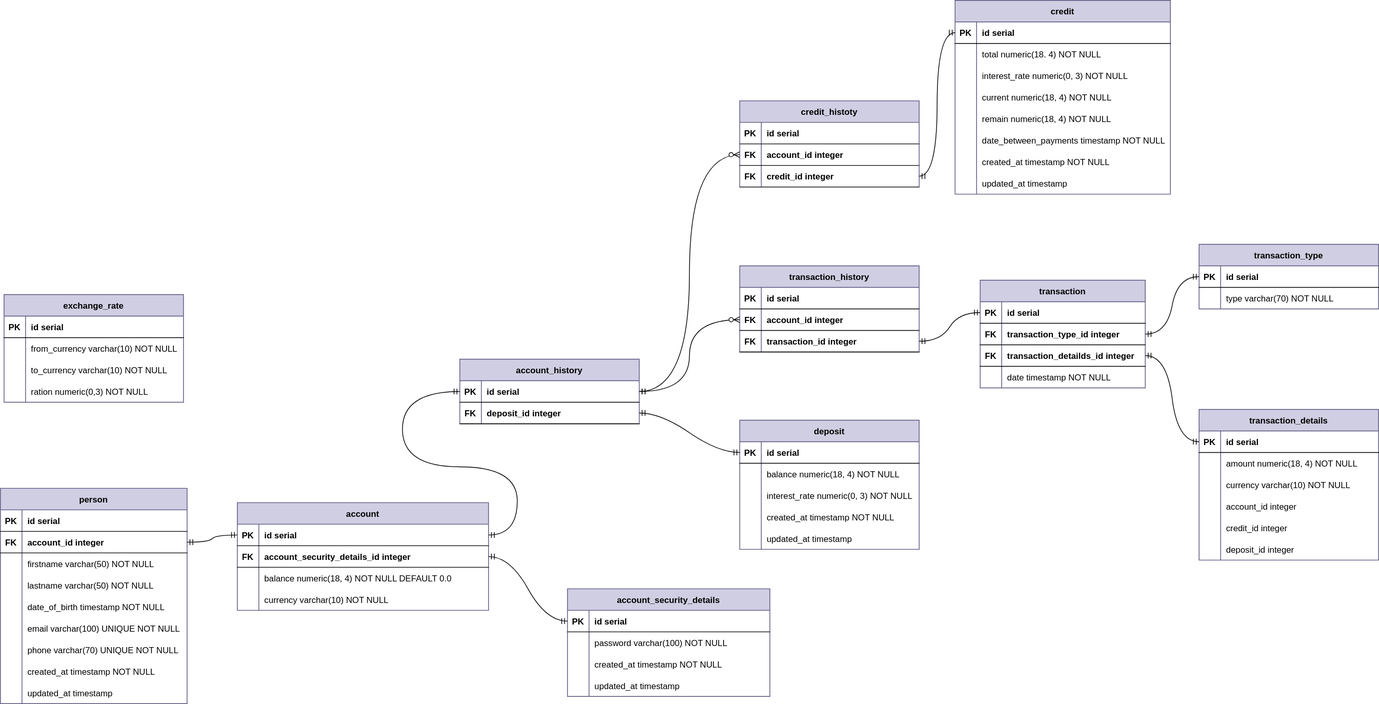
unvise/egarcourse-homework keeps this draw.io diagram as egarcourse-homework-week-08/src/main/resources/backend-egarcourse-graduate-database-design.drawio.svg. Above is the earlier version. Source tidied: cells renumbered, new cells last; positions are measured from the earlier drawing's top-left corner, leaving out a move shared by most shapes.
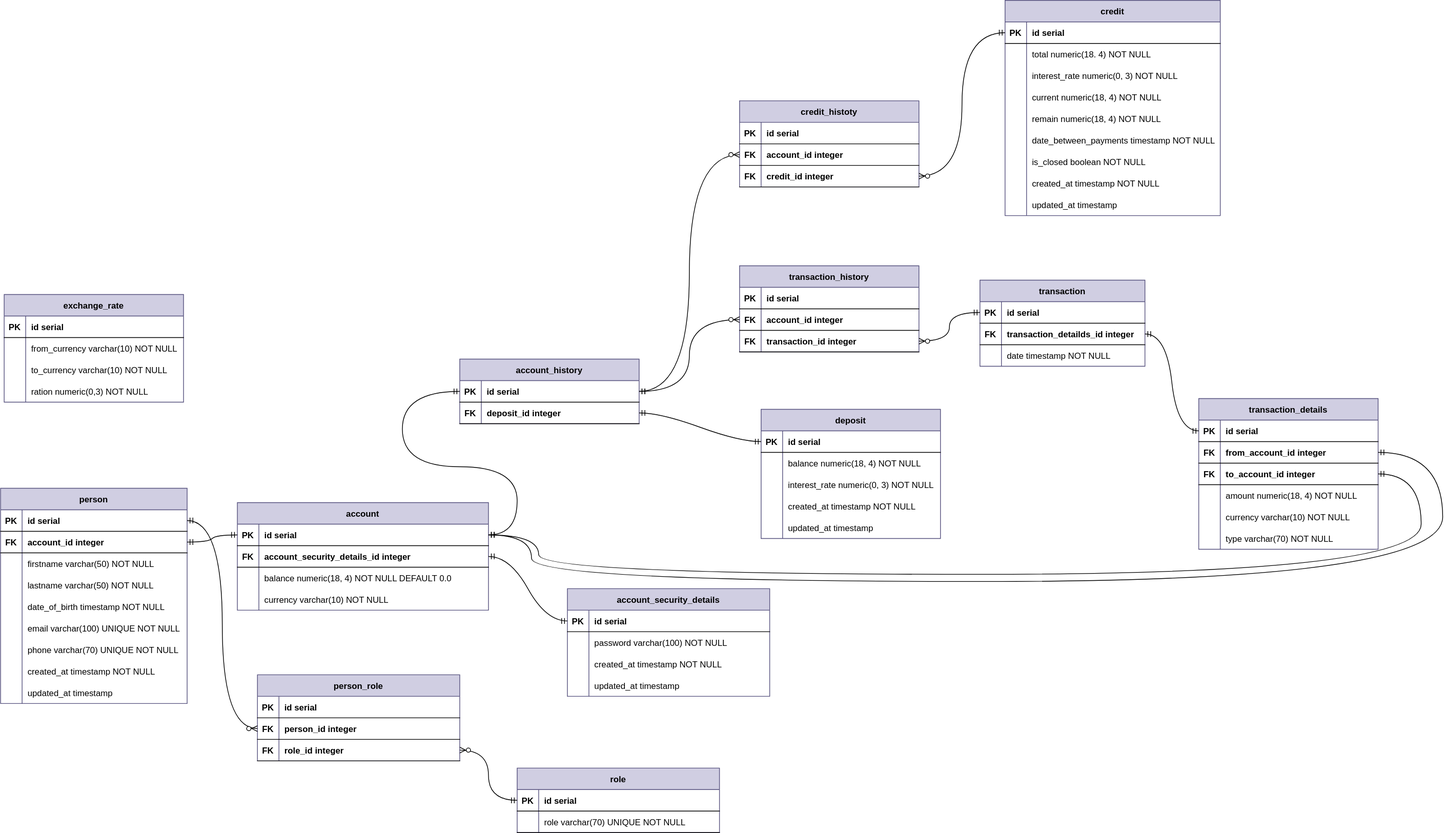
The same file after the commit.

Commit message:
Update entity relationship diagram. Add a new tables person_role and role. Add a new field (is_closed boolean) in table credit. Replace one to one to one to many for credit and trasaction tables.

Diff of the diagram source:
```diff
@@ -89,3 +89,3 @@
     <mxCell id="30" value="transaction" style="shape=table;startSize=30;rowLines=0;fontStyle=1;align=center;fillColor=#d0cee2;strokeColor=#56517e;" parent="1" vertex="1">
-      <mxGeometry x="1365" y="390" width="230" height="150" as="geometry" />
+      <mxGeometry x="1365" y="390" width="230" height="120" as="geometry" />
     </mxCell>
@@ -100,13 +100,4 @@
     </mxCell>
-    <mxCell id="34" style="shape=partialRectangle;fillColor=none;points=[[0,0.5],[1,0.5]];portConstraint=eastwest;top=0;left=0;right=0;bottom=1;" parent="30" vertex="1">
-      <mxGeometry y="60" width="230" height="30" as="geometry" />
-    </mxCell>
-    <mxCell id="35" value="FK" style="shape=partialRectangle;overflow=hidden;fillColor=none;top=0;left=0;bottom=0;right=0;fontStyle=1;" parent="34" vertex="1">
-      <mxGeometry width="30" height="30" as="geometry" />
-    </mxCell>
-    <mxCell id="36" value="transaction_type_id integer" style="shape=partialRectangle;overflow=hidden;fillColor=none;top=0;left=0;bottom=0;right=0;align=left;spacingLeft=6;fontStyle=1;" parent="34" vertex="1">
-      <mxGeometry x="30" width="200" height="30" as="geometry" />
-    </mxCell>
     <mxCell id="37" style="shape=partialRectangle;fillColor=none;points=[[0,0.5],[1,0.5]];portConstraint=eastwest;top=0;left=0;right=0;bottom=1;" parent="30" vertex="1">
-      <mxGeometry y="90" width="230" height="30" as="geometry" />
+      <mxGeometry y="60" width="230" height="30" as="geometry" />
     </mxCell>
@@ -119,3 +110,3 @@
     <mxCell id="40" style="shape=partialRectangle;fillColor=none;top=0;left=0;right=0;bottom=0;" parent="30" vertex="1">
-      <mxGeometry y="120" width="230" height="30" as="geometry" />
+      <mxGeometry y="90" width="230" height="30" as="geometry" />
     </mxCell>
@@ -128,3 +119,3 @@
     <mxCell id="43" value="deposit" style="shape=table;startSize=30;rowLines=0;fontStyle=1;align=center;fillColor=#d0cee2;strokeColor=#56517e;" parent="1" vertex="1">
-      <mxGeometry x="1030" y="585" width="250" height="180" as="geometry" />
+      <mxGeometry x="1060" y="570" width="250" height="180" as="geometry" />
     </mxCell>
@@ -214,23 +205,2 @@
     </mxCell>
-    <mxCell id="72" value="transaction_type" style="shape=table;startSize=30;rowLines=0;fontStyle=1;align=center;fillColor=#d0cee2;strokeColor=#56517e;" parent="1" vertex="1">
-      <mxGeometry x="1670" y="340" width="250" height="90" as="geometry" />
-    </mxCell>
-    <mxCell id="73" style="shape=partialRectangle;fillColor=none;points=[[0,0.5],[1,0.5]];portConstraint=eastwest;top=0;left=0;right=0;bottom=1;" parent="72" vertex="1">
-      <mxGeometry y="30" width="250" height="30" as="geometry" />
-    </mxCell>
-    <mxCell id="74" value="PK" style="shape=partialRectangle;overflow=hidden;fillColor=none;top=0;left=0;bottom=0;right=0;fontStyle=1;" parent="73" vertex="1">
-      <mxGeometry width="30" height="30" as="geometry" />
-    </mxCell>
-    <mxCell id="75" value="id serial" style="shape=partialRectangle;overflow=hidden;fillColor=none;top=0;left=0;bottom=0;right=0;align=left;spacingLeft=6;fontStyle=1;" parent="73" vertex="1">
-      <mxGeometry x="30" width="220" height="30" as="geometry" />
-    </mxCell>
-    <mxCell id="76" style="shape=partialRectangle;fillColor=none;top=0;left=0;right=0;bottom=0;" parent="72" vertex="1">
-      <mxGeometry y="60" width="250" height="30" as="geometry" />
-    </mxCell>
-    <mxCell id="77" style="shape=partialRectangle;overflow=hidden;fillColor=none;top=0;left=0;bottom=0;right=0;" parent="76" vertex="1">
-      <mxGeometry width="30" height="30" as="geometry" />
-    </mxCell>
-    <mxCell id="78" value="type varchar(70) NOT NULL " style="shape=partialRectangle;overflow=hidden;fillColor=none;top=0;left=0;bottom=0;right=0;align=left;spacingLeft=6;" parent="76" vertex="1">
-      <mxGeometry x="30" width="220" height="30" as="geometry" />
-    </mxCell>
     <mxCell id="79" value="account_security_details" style="shape=table;startSize=30;rowLines=0;fontStyle=1;align=center;fillColor=#d0cee2;strokeColor=#56517e;" parent="1" vertex="1">
@@ -275,3 +245,3 @@
     <mxCell id="92" value="transaction_details" style="shape=table;startSize=30;rowLines=0;fontStyle=1;align=center;fillColor=#d0cee2;strokeColor=#56517e;" parent="1" vertex="1">
-      <mxGeometry x="1670" y="570" width="250" height="210" as="geometry" />
+      <mxGeometry x="1670" y="555" width="250" height="210" as="geometry" />
     </mxCell>
@@ -286,4 +256,22 @@
     </mxCell>
+    <mxCell id="186" style="shape=partialRectangle;fillColor=none;points=[[0,0.5],[1,0.5]];portConstraint=eastwest;top=0;left=0;right=0;bottom=1;" parent="92" vertex="1">
+      <mxGeometry y="60" width="250" height="30" as="geometry" />
+    </mxCell>
+    <mxCell id="187" value="FK" style="shape=partialRectangle;overflow=hidden;fillColor=none;top=0;left=0;bottom=0;right=0;fontStyle=1;" parent="186" vertex="1">
+      <mxGeometry width="30" height="30" as="geometry" />
+    </mxCell>
+    <mxCell id="188" value="from_account_id integer" style="shape=partialRectangle;overflow=hidden;fillColor=none;top=0;left=0;bottom=0;right=0;align=left;spacingLeft=6;fontStyle=1;" parent="186" vertex="1">
+      <mxGeometry x="30" width="220" height="30" as="geometry" />
+    </mxCell>
+    <mxCell id="189" style="shape=partialRectangle;fillColor=none;points=[[0,0.5],[1,0.5]];portConstraint=eastwest;top=0;left=0;right=0;bottom=1;" parent="92" vertex="1">
+      <mxGeometry y="90" width="250" height="30" as="geometry" />
+    </mxCell>
+    <mxCell id="190" value="FK" style="shape=partialRectangle;overflow=hidden;fillColor=none;top=0;left=0;bottom=0;right=0;fontStyle=1;" parent="189" vertex="1">
+      <mxGeometry width="30" height="30" as="geometry" />
+    </mxCell>
+    <mxCell id="191" value="to_account_id integer" style="shape=partialRectangle;overflow=hidden;fillColor=none;top=0;left=0;bottom=0;right=0;align=left;spacingLeft=6;fontStyle=1;" parent="189" vertex="1">
+      <mxGeometry x="30" width="220" height="30" as="geometry" />
+    </mxCell>
     <mxCell id="96" style="shape=partialRectangle;fillColor=none;top=0;left=0;right=0;bottom=0;" parent="92" vertex="1">
-      <mxGeometry y="60" width="250" height="30" as="geometry" />
+      <mxGeometry y="120" width="250" height="30" as="geometry" />
     </mxCell>
@@ -296,3 +284,3 @@
     <mxCell id="99" style="shape=partialRectangle;fillColor=none;top=0;left=0;right=0;bottom=0;" parent="92" vertex="1">
-      <mxGeometry y="90" width="250" height="30" as="geometry" />
+      <mxGeometry y="150" width="250" height="30" as="geometry" />
     </mxCell>
@@ -304,20 +292,2 @@
     </mxCell>
-    <mxCell id="102" style="shape=partialRectangle;fillColor=none;top=0;left=0;right=0;bottom=0;" parent="92" vertex="1">
-      <mxGeometry y="120" width="250" height="30" as="geometry" />
-    </mxCell>
-    <mxCell id="103" style="shape=partialRectangle;overflow=hidden;fillColor=none;top=0;left=0;bottom=0;right=0;" parent="102" vertex="1">
-      <mxGeometry width="30" height="30" as="geometry" />
-    </mxCell>
-    <mxCell id="104" value="account_id integer" style="shape=partialRectangle;overflow=hidden;fillColor=none;top=0;left=0;bottom=0;right=0;align=left;spacingLeft=6;" parent="102" vertex="1">
-      <mxGeometry x="30" width="220" height="30" as="geometry" />
-    </mxCell>
-    <mxCell id="105" style="shape=partialRectangle;fillColor=none;top=0;left=0;right=0;bottom=0;" parent="92" vertex="1">
-      <mxGeometry y="150" width="250" height="30" as="geometry" />
-    </mxCell>
-    <mxCell id="106" style="shape=partialRectangle;overflow=hidden;fillColor=none;top=0;left=0;bottom=0;right=0;" parent="105" vertex="1">
-      <mxGeometry width="30" height="30" as="geometry" />
-    </mxCell>
-    <mxCell id="107" value="credit_id integer" style="shape=partialRectangle;overflow=hidden;fillColor=none;top=0;left=0;bottom=0;right=0;align=left;spacingLeft=6;" parent="105" vertex="1">
-      <mxGeometry x="30" width="220" height="30" as="geometry" />
-    </mxCell>
     <mxCell id="108" style="shape=partialRectangle;fillColor=none;top=0;left=0;right=0;bottom=0;" parent="92" vertex="1">
@@ -325,8 +295,8 @@
     </mxCell>
-    <mxCell id="109" style="shape=partialRectangle;overflow=hidden;fillColor=none;top=0;left=0;bottom=0;right=0;" parent="108" vertex="1">
-      <mxGeometry width="30" height="30" as="geometry" />
-    </mxCell>
-    <mxCell id="110" value="deposit_id integer" style="shape=partialRectangle;overflow=hidden;fillColor=none;top=0;left=0;bottom=0;right=0;align=left;spacingLeft=6;" parent="108" vertex="1">
-      <mxGeometry x="30" width="220" height="30" as="geometry" />
-    </mxCell>
+    <mxCell id="192" style="shape=partialRectangle;overflow=hidden;fillColor=none;top=0;left=0;bottom=0;right=0;" parent="108" vertex="1">
+      <mxGeometry width="30" height="30" as="geometry" />
+    </mxCell>
+    <mxCell id="78" value="type varchar(70) NOT NULL" style="shape=partialRectangle;overflow=hidden;fillColor=none;top=0;left=0;bottom=0;right=0;align=left;spacingLeft=6;" parent="108" vertex="1">
+      <mxGeometry x="30" width="220" height="30" as="geometry" />
+    </mxCell>
     <mxCell id="111" value="credit_histoty" style="shape=table;startSize=30;rowLines=0;fontStyle=1;align=center;fillColor=#d0cee2;strokeColor=#56517e;" parent="1" vertex="1">
@@ -362,3 +332,3 @@
     <mxCell id="121" value="credit" style="shape=table;startSize=30;rowLines=0;fontStyle=1;align=center;fillColor=#d0cee2;strokeColor=#56517e;" parent="1" vertex="1">
-      <mxGeometry x="1330" width="300" height="270" as="geometry" />
+      <mxGeometry x="1400" width="300" height="300" as="geometry" />
     </mxCell>
@@ -418,4 +388,13 @@
     </mxCell>
+    <mxCell id="193" style="shape=partialRectangle;fillColor=none;top=0;left=0;right=0;bottom=0;" parent="121" vertex="1">
+      <mxGeometry y="210" width="300" height="30" as="geometry" />
+    </mxCell>
+    <mxCell id="194" style="shape=partialRectangle;overflow=hidden;fillColor=none;top=0;left=0;bottom=0;right=0;" parent="193" vertex="1">
+      <mxGeometry width="30" height="30" as="geometry" />
+    </mxCell>
+    <mxCell id="195" value="is_closed boolean NOT NULL" style="shape=partialRectangle;overflow=hidden;fillColor=none;top=0;left=0;bottom=0;right=0;align=left;spacingLeft=6;" parent="193" vertex="1">
+      <mxGeometry x="30" width="270" height="30" as="geometry" />
+    </mxCell>
     <mxCell id="140" style="shape=partialRectangle;fillColor=none;top=0;left=0;right=0;bottom=0;" parent="121" vertex="1">
-      <mxGeometry y="210" width="300" height="30" as="geometry" />
+      <mxGeometry y="240" width="300" height="30" as="geometry" />
     </mxCell>
@@ -428,3 +407,3 @@
     <mxCell id="143" style="shape=partialRectangle;fillColor=none;top=0;left=0;right=0;bottom=0;" parent="121" vertex="1">
-      <mxGeometry y="240" width="300" height="30" as="geometry" />
+      <mxGeometry y="270" width="300" height="30" as="geometry" />
     </mxCell>
@@ -472,11 +451,2 @@
     </mxCell>
-    <mxCell id="158" style="edgeStyle=orthogonalEdgeStyle;fontSize=12;html=1;endArrow=ERmandOne;startArrow=ERmandOne;rounded=0;curved=1;exitX=1;exitY=0.5;exitDx=0;exitDy=0;entryX=0;entryY=0.5;entryDx=0;entryDy=0;" parent="1" edge="1" source="118" target="122">
-      <mxGeometry relative="1" as="geometry" />
-    </mxCell>
-    <mxCell id="159" style="edgeStyle=entityRelationEdgeStyle;fontSize=12;html=1;endArrow=ERmandOne;startArrow=ERmandOne;rounded=0;curved=1;exitX=1;exitY=0.5;exitDx=0;exitDy=0;entryX=0;entryY=0.5;entryDx=0;entryDy=0;" parent="1" edge="1" source="153" target="31">
-      <mxGeometry relative="1" as="geometry" />
-    </mxCell>
-    <mxCell id="160" style="edgeStyle=entityRelationEdgeStyle;fontSize=12;html=1;endArrow=ERmandOne;startArrow=ERmandOne;rounded=0;curved=1;exitX=1;exitY=0.5;exitDx=0;exitDy=0;entryX=0;entryY=0.5;entryDx=0;entryDy=0;" parent="1" edge="1" source="34" target="73">
-      <mxGeometry relative="1" as="geometry" />
-    </mxCell>
     <mxCell id="161" style="edgeStyle=entityRelationEdgeStyle;fontSize=12;html=1;endArrow=ERmandOne;startArrow=ERmandOne;rounded=0;curved=1;exitX=1;exitY=0.5;exitDx=0;exitDy=0;entryX=0;entryY=0.5;entryDx=0;entryDy=0;" parent="1" edge="1" source="37" target="93">
@@ -563,2 +533,85 @@
     </mxCell>
+    <mxCell id="196" style="edgeStyle=orthogonalEdgeStyle;fontSize=12;html=1;endArrow=ERmandOne;startArrow=ERmandOne;rounded=0;curved=1;exitX=1;exitY=0.5;exitDx=0;exitDy=0;entryX=1;entryY=0.5;entryDx=0;entryDy=0;" parent="1" edge="1" source="60" target="186">
+      <mxGeometry relative="1" as="geometry">
+        <Array as="points">
+          <mxPoint x="740" y="745" />
+          <mxPoint x="740" y="810" />
+          <mxPoint x="2010" y="810" />
+          <mxPoint x="2010" y="630" />
+        </Array>
+      </mxGeometry>
+    </mxCell>
+    <mxCell id="197" style="edgeStyle=orthogonalEdgeStyle;fontSize=12;html=1;endArrow=ERmandOne;startArrow=ERmandOne;rounded=0;curved=1;exitX=1;exitY=0.5;exitDx=0;exitDy=0;entryX=1;entryY=0.5;entryDx=0;entryDy=0;" parent="1" edge="1" source="60" target="189">
+      <mxGeometry relative="1" as="geometry">
+        <Array as="points">
+          <mxPoint x="750" y="745" />
+          <mxPoint x="750" y="800" />
+          <mxPoint x="1980" y="800" />
+          <mxPoint x="1980" y="660" />
+        </Array>
+      </mxGeometry>
+    </mxCell>
+    <mxCell id="198" value="person_role" style="shape=table;startSize=30;rowLines=0;fontStyle=1;align=center;fillColor=#d0cee2;strokeColor=#56517e;" parent="1" vertex="1">
+      <mxGeometry x="358" y="940" width="282" height="120" as="geometry" />
+    </mxCell>
+    <mxCell id="199" style="shape=partialRectangle;fillColor=none;top=0;left=0;right=0;bottom=1;" parent="198" vertex="1">
+      <mxGeometry y="30" width="282" height="30" as="geometry" />
+    </mxCell>
+    <mxCell id="200" value="PK" style="shape=partialRectangle;overflow=hidden;fillColor=none;top=0;left=0;bottom=0;right=0;fontStyle=1;" parent="199" vertex="1">
+      <mxGeometry width="30" height="30" as="geometry" />
+    </mxCell>
+    <mxCell id="201" value="id serial" style="shape=partialRectangle;overflow=hidden;fillColor=none;top=0;left=0;bottom=0;right=0;align=left;spacingLeft=6;fontStyle=1;" parent="199" vertex="1">
+      <mxGeometry x="30" width="252" height="30" as="geometry" />
+    </mxCell>
+    <mxCell id="202" style="shape=partialRectangle;fillColor=none;points=[[0,0.5],[1,0.5]];portConstraint=eastwest;top=0;left=0;right=0;bottom=1;" parent="198" vertex="1">
+      <mxGeometry y="60" width="282" height="30" as="geometry" />
+    </mxCell>
+    <mxCell id="203" value="FK" style="shape=partialRectangle;overflow=hidden;fillColor=none;top=0;left=0;bottom=0;right=0;fontStyle=1;" parent="202" vertex="1">
+      <mxGeometry width="30" height="30" as="geometry" />
+    </mxCell>
+    <mxCell id="204" value="person_id integer" style="shape=partialRectangle;overflow=hidden;fillColor=none;top=0;left=0;bottom=0;right=0;align=left;spacingLeft=6;fontStyle=1;" parent="202" vertex="1">
+      <mxGeometry x="30" width="252" height="30" as="geometry" />
+    </mxCell>
+    <mxCell id="205" style="shape=partialRectangle;fillColor=none;points=[[0,0.5],[1,0.5]];portConstraint=eastwest;top=0;left=0;right=0;bottom=1;" parent="198" vertex="1">
+      <mxGeometry y="90" width="282" height="30" as="geometry" />
+    </mxCell>
+    <mxCell id="206" value="FK" style="shape=partialRectangle;overflow=hidden;fillColor=none;top=0;left=0;bottom=0;right=0;fontStyle=1;" parent="205" vertex="1">
+      <mxGeometry width="30" height="30" as="geometry" />
+    </mxCell>
+    <mxCell id="207" value="role_id integer" style="shape=partialRectangle;overflow=hidden;fillColor=none;top=0;left=0;bottom=0;right=0;align=left;spacingLeft=6;fontStyle=1;" parent="205" vertex="1">
+      <mxGeometry x="30" width="252" height="30" as="geometry" />
+    </mxCell>
+    <mxCell id="208" value="role" style="shape=table;startSize=30;rowLines=0;fontStyle=1;align=center;fillColor=#d0cee2;strokeColor=#56517e;" parent="1" vertex="1">
+      <mxGeometry x="720" y="1070" width="282" height="90" as="geometry" />
+    </mxCell>
+    <mxCell id="209" style="shape=partialRectangle;fillColor=none;points=[[0,0.5],[1,0.5]];portConstraint=eastwest;top=0;left=0;right=0;bottom=1;" parent="208" vertex="1">
+      <mxGeometry y="30" width="282" height="30" as="geometry" />
+    </mxCell>
+    <mxCell id="210" value="PK" style="shape=partialRectangle;overflow=hidden;fillColor=none;top=0;left=0;bottom=0;right=0;fontStyle=1;" parent="209" vertex="1">
+      <mxGeometry width="30" height="30" as="geometry" />
+    </mxCell>
+    <mxCell id="211" value="id serial" style="shape=partialRectangle;overflow=hidden;fillColor=none;top=0;left=0;bottom=0;right=0;align=left;spacingLeft=6;fontStyle=1;" parent="209" vertex="1">
+      <mxGeometry x="30" width="252" height="30" as="geometry" />
+    </mxCell>
+    <mxCell id="212" style="shape=partialRectangle;fillColor=none;top=0;left=0;right=0;bottom=1;" parent="208" vertex="1">
+      <mxGeometry y="60" width="282" height="30" as="geometry" />
+    </mxCell>
+    <mxCell id="213" style="shape=partialRectangle;overflow=hidden;fillColor=none;top=0;left=0;bottom=0;right=0;fontStyle=0;" parent="212" vertex="1">
+      <mxGeometry width="30" height="30" as="geometry" />
+    </mxCell>
+    <mxCell id="214" value="role varchar(70) UNIQUE NOT NULL" style="shape=partialRectangle;overflow=hidden;fillColor=none;top=0;left=0;bottom=0;right=0;align=left;spacingLeft=6;fontStyle=0;" parent="212" vertex="1">
+      <mxGeometry x="30" width="252" height="30" as="geometry" />
+    </mxCell>
+    <mxCell id="215" style="edgeStyle=orthogonalEdgeStyle;fontSize=12;html=1;endArrow=ERzeroToMany;startArrow=ERmandOne;rounded=0;curved=1;exitX=0;exitY=0.5;exitDx=0;exitDy=0;entryX=1;entryY=0.5;entryDx=0;entryDy=0;" parent="1" edge="1" source="122" target="118">
+      <mxGeometry relative="1" as="geometry" />
+    </mxCell>
+    <mxCell id="216" style="edgeStyle=orthogonalEdgeStyle;fontSize=12;html=1;endArrow=ERzeroToMany;startArrow=ERmandOne;rounded=0;curved=1;exitX=0;exitY=0.5;exitDx=0;exitDy=0;entryX=1;entryY=0.5;entryDx=0;entryDy=0;" parent="1" edge="1" source="31" target="153">
+      <mxGeometry relative="1" as="geometry" />
+    </mxCell>
+    <mxCell id="217" style="edgeStyle=orthogonalEdgeStyle;fontSize=12;html=1;endArrow=ERzeroToMany;startArrow=ERmandOne;rounded=0;curved=1;exitX=1;exitY=0.5;exitDx=0;exitDy=0;entryX=0;entryY=0.5;entryDx=0;entryDy=0;" parent="1" edge="1" source="3" target="202">
+      <mxGeometry relative="1" as="geometry" />
+    </mxCell>
+    <mxCell id="218" style="edgeStyle=orthogonalEdgeStyle;fontSize=12;html=1;endArrow=ERzeroToMany;startArrow=ERmandOne;rounded=0;curved=1;exitX=0;exitY=0.5;exitDx=0;exitDy=0;entryX=1;entryY=0.5;entryDx=0;entryDy=0;" parent="1" edge="1" source="209" target="205">
+      <mxGeometry relative="1" as="geometry" />
+    </mxCell>
   </root>
```
